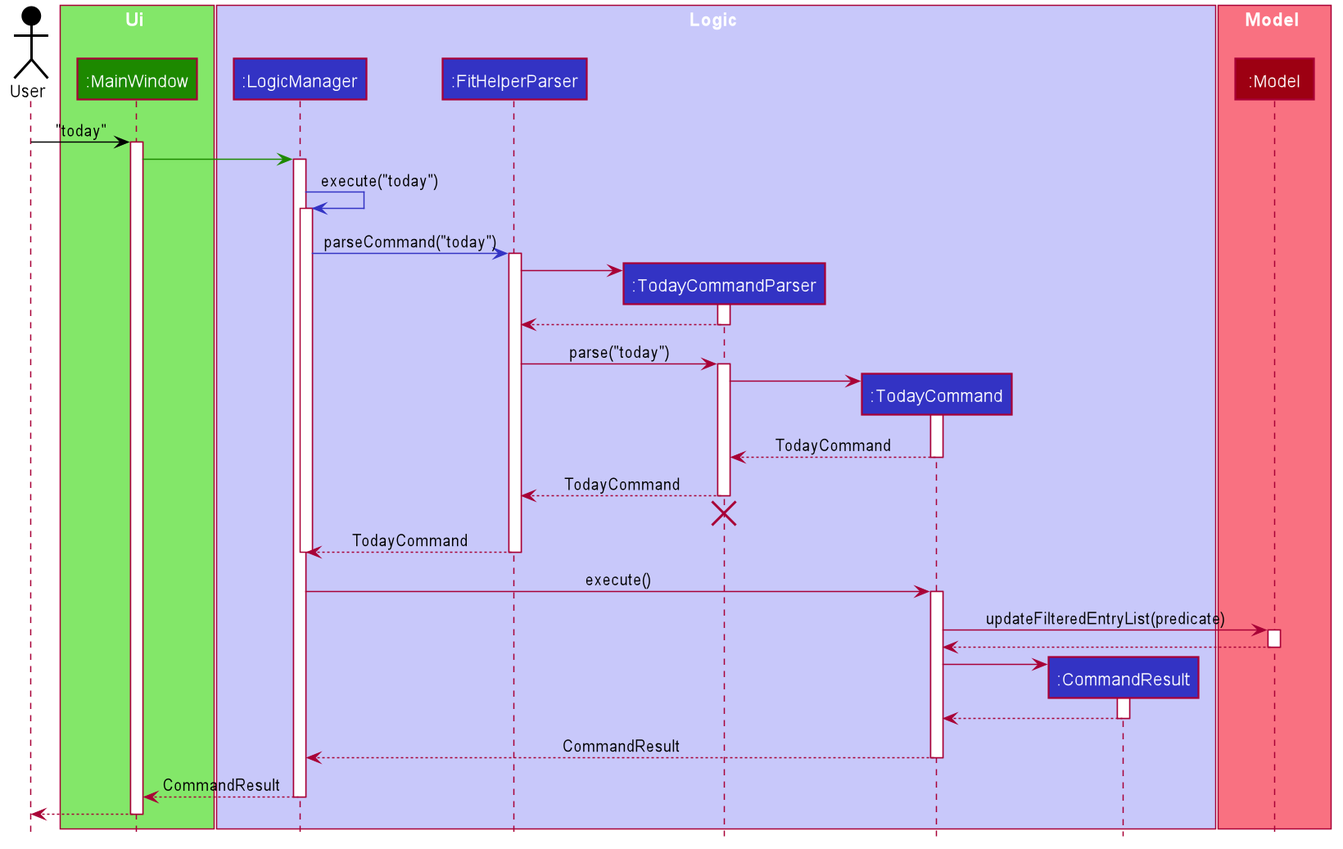
Earlier version of the PlantUML export docs/images/TodaySequenceDiagram.png (nus-cs2103-AY1920S2/addressbook-level3).
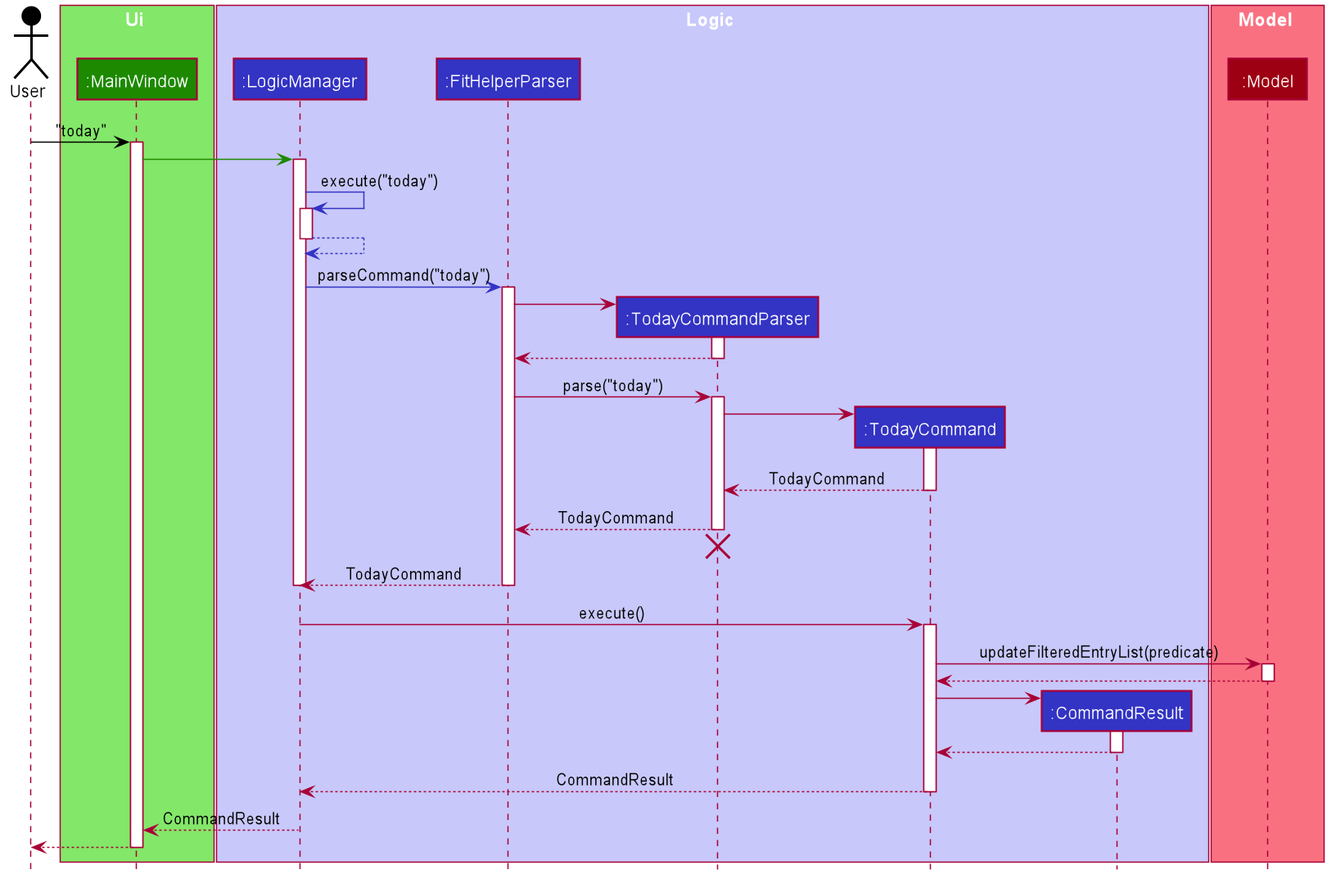
Above is the later version.

The edit, as a diff of the source:
```diff
@@ -76,6 +76,9 @@
 LogicManager -[#3333C4]> LogicManager : execute("today")
 activate LogicManager
 
+LogicManager -[#3333C4]-> LogicManager
+deactivate LogicManager
+
 LogicManager -[#3333C4]> FitHelperParser : parseCommand("today")
 activate FitHelperParser
 
```
